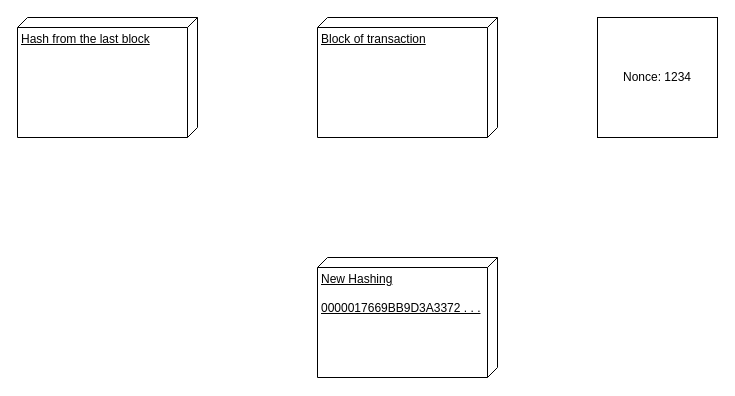
Above: assets/Belajar Blockchain - 03 Proof of Work.drawio in danilrafiqi/belajar-blockchain (draw.io), before the change. Source tidied: cells renumbered, new cells numbered last; positions are measured from the earlier drawing's top-left corner, leaving out a move shared by most shapes. Both pictures are drawn from the tidied source at 100%, with x=0, y=0 at pixel (17, 17).
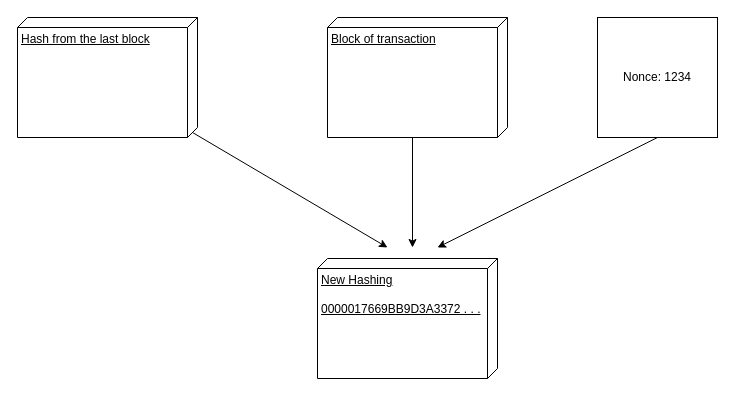
The same diagram, later.

Diff of the diagram source:
```diff
@@
 <mxGraphModel>
   <root>
     <mxCell id="0" />
     <mxCell id="1" parent="0" />
     <mxCell id="2" value="Hash from the last block" style="verticalAlign=top;align=left;spacingTop=8;spacingLeft=2;spacingRight=12;shape=cube;size=10;direction=south;fontStyle=4;html=1;" parent="1" vertex="1">
       <mxGeometry width="180" height="120" as="geometry" />
     </mxCell>
     <mxCell id="3" value="Block of transaction" style="verticalAlign=top;align=left;spacingTop=8;spacingLeft=2;spacingRight=12;shape=cube;size=10;direction=south;fontStyle=4;html=1;" parent="1" vertex="1">
-      <mxGeometry x="300" width="180" height="120" as="geometry" />
+      <mxGeometry x="310" width="180" height="120" as="geometry" />
     </mxCell>
     <mxCell id="4" value="Nonce: 1234" style="whiteSpace=wrap;html=1;" parent="1" vertex="1">
       <mxGeometry x="580" width="120" height="120" as="geometry" />
     </mxCell>
     <mxCell id="5" value="New Hashing&lt;br&gt;&lt;br&gt;0000017669BB9D3A3372 . . ." style="verticalAlign=top;align=left;spacingTop=8;spacingLeft=2;spacingRight=12;shape=cube;size=10;direction=south;fontStyle=4;html=1;" parent="1" vertex="1">
-      <mxGeometry x="300" y="240" width="180" height="120" as="geometry" />
+      <mxGeometry x="300" y="241" width="180" height="120" as="geometry" />
     </mxCell>
+    <mxCell id="6" style="endArrow=classic;html=1;exitX=0;exitY=0;exitDx=115;exitDy=5;exitPerimeter=0;" parent="1" edge="1" source="2">
+      <mxGeometry relative="1" as="geometry">
+        <mxPoint x="370" y="230" as="targetPoint" />
+      </mxGeometry>
+    </mxCell>
+    <mxCell id="7" style="endArrow=classic;html=1;exitX=0;exitY=0;exitDx=120;exitDy=95;exitPerimeter=0;" parent="1" edge="1" source="3">
+      <mxGeometry relative="1" as="geometry">
+        <mxPoint x="395" y="230" as="targetPoint" />
+      </mxGeometry>
+    </mxCell>
+    <mxCell id="8" style="endArrow=classic;html=1;exitX=0.5;exitY=1;exitDx=0;exitDy=0;" parent="1" edge="1" source="4">
+      <mxGeometry relative="1" as="geometry">
+        <mxPoint x="420" y="230" as="targetPoint" />
+      </mxGeometry>
+    </mxCell>
   </root>
 </mxGraphModel>
```
